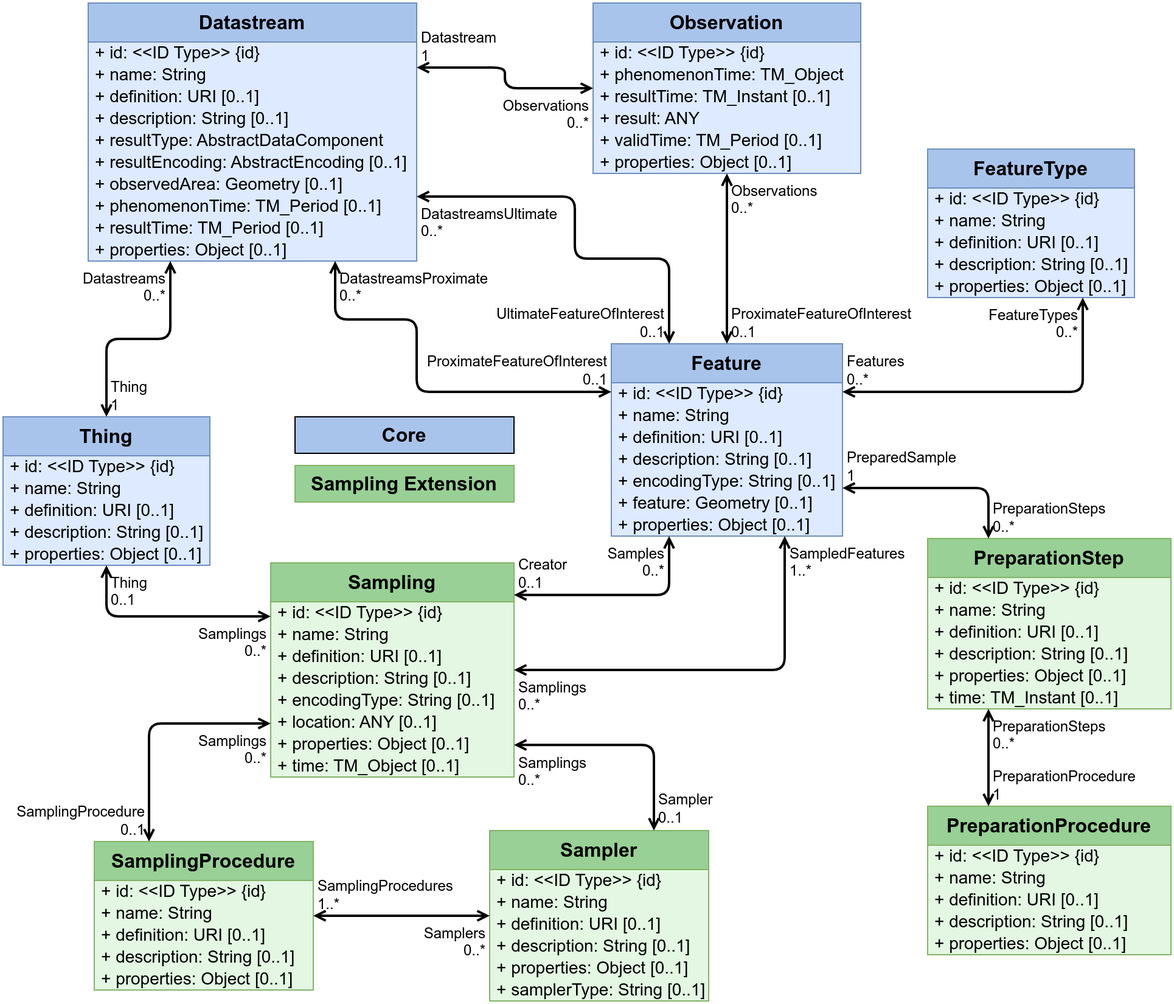
Above: figures/Datamodel-SensorThingsApi-V2-Sampling.drawio.png in opengeospatial/sensorthings (draw.io), before the change. Source tidied: cells renumbered, new cells last; positions are measured from the earlier drawing's top-left corner, leaving out a move shared by most shapes.
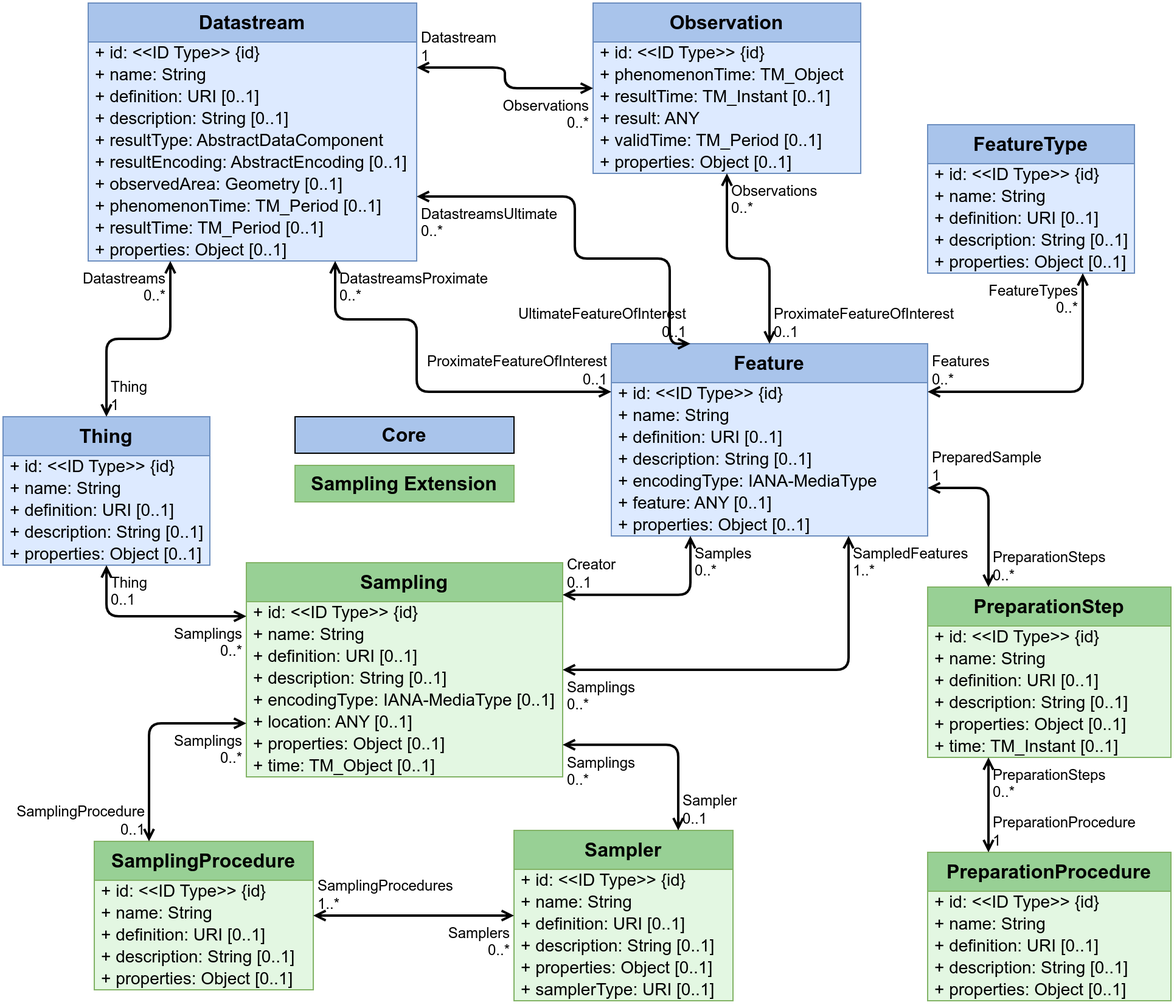
After the change.

Change to the diagram source:
```diff
@@ -3,31 +3,31 @@
     <mxCell id="0" />
     <mxCell id="1" parent="0" />
     <mxCell id="2" value="Feature" style="swimlane;fontStyle=1;horizontal=1;startSize=32;fontSize=16;whiteSpace=wrap;html=1;fillColor=#A9C4EB;strokeColor=#6c8ebf;swimlaneFillColor=#DDEAFF;verticalAlign=top;" parent="1" vertex="1">
-      <mxGeometry x="500" y="280" width="190" height="158" as="geometry" />
+      <mxGeometry x="500" y="280" width="260" height="158" as="geometry" />
     </mxCell>
     <mxCell id="3" value="+ id: &amp;lt;&amp;lt;ID Type&amp;gt;&amp;gt;&amp;nbsp;{id}" style="text;strokeColor=none;fillColor=none;align=left;verticalAlign=middle;spacingLeft=4;spacingRight=4;overflow=visible;html=1;fontSize=14;" parent="2" vertex="1">
-      <mxGeometry y="32" width="190" height="18" as="geometry" />
+      <mxGeometry y="32" width="260" height="18" as="geometry" />
     </mxCell>
     <mxCell id="4" value="+ name: String" style="text;strokeColor=none;fillColor=none;align=left;verticalAlign=middle;spacingLeft=4;spacingRight=4;overflow=visible;html=1;fontSize=14;" parent="2" vertex="1">
-      <mxGeometry y="50" width="190" height="18" as="geometry" />
+      <mxGeometry y="50" width="260" height="18" as="geometry" />
     </mxCell>
     <mxCell id="5" value="+ definition: URI&amp;nbsp;[0..1]" style="text;strokeColor=none;fillColor=none;align=left;verticalAlign=middle;spacingLeft=4;spacingRight=4;overflow=visible;html=1;fontSize=14;" parent="2" vertex="1">
-      <mxGeometry y="68" width="190" height="18" as="geometry" />
+      <mxGeometry y="68" width="260" height="18" as="geometry" />
     </mxCell>
     <mxCell id="6" value="+ description: String&amp;nbsp;[0..1]" style="text;strokeColor=none;fillColor=none;align=left;verticalAlign=middle;spacingLeft=4;spacingRight=4;overflow=visible;html=1;fontSize=14;" parent="2" vertex="1">
-      <mxGeometry y="86" width="190" height="18" as="geometry" />
+      <mxGeometry y="86" width="260" height="18" as="geometry" />
     </mxCell>
-    <mxCell id="7" value="+ encodingType: String&amp;nbsp;[0..1]" style="text;strokeColor=none;fillColor=none;align=left;verticalAlign=middle;spacingLeft=4;spacingRight=4;overflow=visible;html=1;fontSize=14;" parent="2" vertex="1">
-      <mxGeometry y="104" width="190" height="18" as="geometry" />
+    <mxCell id="7" value="+ encodingType:&amp;nbsp;IANA-MediaType" style="text;strokeColor=none;fillColor=none;align=left;verticalAlign=middle;spacingLeft=4;spacingRight=4;overflow=visible;html=1;fontSize=14;" parent="2" vertex="1">
+      <mxGeometry y="104" width="260" height="18" as="geometry" />
     </mxCell>
-    <mxCell id="8" value="+ feature: Geometry&amp;nbsp;[0..1]" style="text;strokeColor=none;fillColor=none;align=left;verticalAlign=middle;spacingLeft=4;spacingRight=4;overflow=visible;html=1;fontSize=14;" parent="2" vertex="1">
-      <mxGeometry y="122" width="190" height="18" as="geometry" />
+    <mxCell id="8" value="+ feature: ANY [0..1]" style="text;strokeColor=none;fillColor=none;align=left;verticalAlign=middle;spacingLeft=4;spacingRight=4;overflow=visible;html=1;fontSize=14;" parent="2" vertex="1">
+      <mxGeometry y="122" width="260" height="18" as="geometry" />
     </mxCell>
     <mxCell id="9" value="+ properties: Object&amp;nbsp;[0..1]" style="text;strokeColor=none;fillColor=none;align=left;verticalAlign=middle;spacingLeft=4;spacingRight=4;overflow=visible;html=1;fontSize=14;" parent="2" vertex="1">
-      <mxGeometry y="140" width="190" height="18" as="geometry" />
+      <mxGeometry y="140" width="260" height="18" as="geometry" />
     </mxCell>
     <mxCell id="10" value="FeatureType" style="swimlane;fontStyle=1;horizontal=1;startSize=32;fontSize=16;whiteSpace=wrap;html=1;fillColor=#A9C4EB;strokeColor=#6c8ebf;swimlaneFillColor=#DDEAFF;verticalAlign=top;" parent="1" vertex="1">
-      <mxGeometry x="760" y="120" width="170" height="122" as="geometry" />
+      <mxGeometry x="760" y="100" width="170" height="122" as="geometry" />
     </mxCell>
     <mxCell id="11" value="+ id: &amp;lt;&amp;lt;ID Type&amp;gt;&amp;gt;&amp;nbsp;{id}" style="text;strokeColor=none;fillColor=none;align=left;verticalAlign=middle;spacingLeft=4;spacingRight=4;overflow=visible;html=1;fontSize=14;" parent="10" vertex="1">
       <mxGeometry y="32" width="170" height="18" as="geometry" />
@@ -54,7 +54,7 @@
       <mxGeometry x="1" relative="1" as="geometry" />
     </mxCell>
     <mxCell id="19" value="PreparationProcedure" style="swimlane;fontStyle=1;horizontal=1;startSize=32;fontSize=16;whiteSpace=wrap;html=1;fillColor=#98D095;strokeColor=#82b366;swimlaneFillColor=#E3F7E2;" parent="1" vertex="1">
-      <mxGeometry x="760" y="660" width="200" height="122" as="geometry" />
+      <mxGeometry x="760" y="698" width="200" height="122" as="geometry" />
     </mxCell>
     <mxCell id="20" value="+ id: &amp;lt;&amp;lt;ID Type&amp;gt;&amp;gt;&amp;nbsp;{id}" style="text;strokeColor=none;fillColor=none;align=left;verticalAlign=middle;spacingLeft=4;spacingRight=4;overflow=visible;html=1;fontSize=14;" parent="19" vertex="1">
       <mxGeometry y="32" width="200" height="18" as="geometry" />
@@ -72,7 +72,7 @@
       <mxGeometry y="104" width="200" height="18" as="geometry" />
     </mxCell>
     <mxCell id="25" value="PreparationStep" style="swimlane;fontStyle=1;horizontal=1;startSize=32;fontSize=16;whiteSpace=wrap;html=1;fillColor=#98D095;strokeColor=#82b366;swimlaneFillColor=#E3F7E2;" parent="1" vertex="1">
-      <mxGeometry x="760" y="440" width="200" height="140" as="geometry" />
+      <mxGeometry x="760" y="480" width="200" height="140" as="geometry" />
     </mxCell>
     <mxCell id="26" value="+ id: &amp;lt;&amp;lt;ID Type&amp;gt;&amp;gt;&amp;nbsp;{id}" style="text;strokeColor=none;fillColor=none;align=left;verticalAlign=middle;spacingLeft=4;spacingRight=4;overflow=visible;html=1;fontSize=14;" parent="25" vertex="1">
       <mxGeometry y="32" width="200" height="18" as="geometry" />
@@ -111,7 +111,7 @@
       <mxGeometry x="1" relative="1" as="geometry" />
     </mxCell>
     <mxCell id="38" value="Sampler" style="swimlane;fontStyle=1;horizontal=1;startSize=32;fontSize=16;whiteSpace=wrap;html=1;fillColor=#98D095;strokeColor=#82b366;swimlaneFillColor=#E3F7E2;" parent="1" vertex="1">
-      <mxGeometry x="400" y="680" width="180" height="140" as="geometry" />
+      <mxGeometry x="420" y="680" width="180" height="140" as="geometry" />
     </mxCell>
     <mxCell id="39" value="+ id: &amp;lt;&amp;lt;ID Type&amp;gt;&amp;gt;&amp;nbsp;{id}" style="text;strokeColor=none;fillColor=none;align=left;verticalAlign=middle;spacingLeft=4;spacingRight=4;overflow=visible;html=1;fontSize=14;" parent="38" vertex="1">
       <mxGeometry y="32" width="180" height="18" as="geometry" />
@@ -128,35 +128,35 @@
     <mxCell id="43" value="+ properties: Object&amp;nbsp;[0..1]" style="text;strokeColor=none;fillColor=none;align=left;verticalAlign=middle;spacingLeft=4;spacingRight=4;overflow=visible;html=1;fontSize=14;" parent="38" vertex="1">
       <mxGeometry y="104" width="180" height="18" as="geometry" />
     </mxCell>
-    <mxCell id="44" value="+ samplerType: String&amp;nbsp;[0..1]" style="text;strokeColor=none;fillColor=none;align=left;verticalAlign=middle;spacingLeft=4;spacingRight=4;overflow=visible;html=1;fontSize=14;" parent="38" vertex="1">
+    <mxCell id="44" value="+ samplerType: URI [0..1]" style="text;strokeColor=none;fillColor=none;align=left;verticalAlign=middle;spacingLeft=4;spacingRight=4;overflow=visible;html=1;fontSize=14;" parent="38" vertex="1">
       <mxGeometry y="122" width="180" height="18" as="geometry" />
     </mxCell>
     <mxCell id="45" value="Sampling" style="swimlane;fontStyle=1;horizontal=1;startSize=32;fontSize=16;whiteSpace=wrap;html=1;fillColor=#98D095;strokeColor=#82b366;swimlaneFillColor=#E3F7E2;points=[[0,0,0,0,0],[0,0.25,0,0,0],[0,0.5,0,0,0],[0,0.75,0,0,0],[0,1,0,0,0],[0.25,0,0,0,0],[0.25,1,0,0,0],[0.5,0,0,0,0],[0.5,1,0,0,0],[0.75,0,0,0,0],[0.75,1,0,0,0],[1,0,0,0,0],[1,0.15,0,0,0],[1,0.5,0,0,0],[1,0.85,0,0,0],[1,1,0,0,0]];" parent="1" vertex="1">
-      <mxGeometry x="220" y="460" width="200" height="176" as="geometry" />
+      <mxGeometry x="200" y="460" width="260" height="176" as="geometry" />
     </mxCell>
     <mxCell id="46" value="+ id: &amp;lt;&amp;lt;ID Type&amp;gt;&amp;gt;&amp;nbsp;{id}" style="text;strokeColor=none;fillColor=none;align=left;verticalAlign=middle;spacingLeft=4;spacingRight=4;overflow=visible;html=1;fontSize=14;" parent="45" vertex="1">
-      <mxGeometry y="32" width="200" height="18" as="geometry" />
+      <mxGeometry y="32" width="260" height="18" as="geometry" />
     </mxCell>
     <mxCell id="47" value="+ name: String" style="text;strokeColor=none;fillColor=none;align=left;verticalAlign=middle;spacingLeft=4;spacingRight=4;overflow=visible;html=1;fontSize=14;" parent="45" vertex="1">
-      <mxGeometry y="50" width="200" height="18" as="geometry" />
+      <mxGeometry y="50" width="260" height="18" as="geometry" />
     </mxCell>
     <mxCell id="48" value="+ definition: URI&amp;nbsp;[0..1]" style="text;strokeColor=none;fillColor=none;align=left;verticalAlign=middle;spacingLeft=4;spacingRight=4;overflow=visible;html=1;fontSize=14;" parent="45" vertex="1">
-      <mxGeometry y="68" width="200" height="18" as="geometry" />
+      <mxGeometry y="68" width="260" height="18" as="geometry" />
     </mxCell>
     <mxCell id="49" value="+ description: String&amp;nbsp;[0..1]" style="text;strokeColor=none;fillColor=none;align=left;verticalAlign=middle;spacingLeft=4;spacingRight=4;overflow=visible;html=1;fontSize=14;" parent="45" vertex="1">
-      <mxGeometry y="86" width="200" height="18" as="geometry" />
+      <mxGeometry y="86" width="260" height="18" as="geometry" />
     </mxCell>
-    <mxCell id="50" value="+ encodingType: String&amp;nbsp;[0..1]" style="text;strokeColor=none;fillColor=none;align=left;verticalAlign=middle;spacingLeft=4;spacingRight=4;overflow=visible;html=1;fontSize=14;" parent="45" vertex="1">
-      <mxGeometry y="104" width="200" height="18" as="geometry" />
+    <mxCell id="50" value="+ encodingType:&amp;nbsp;IANA-MediaType&lt;span style=&quot;background-color: initial;&quot;&gt;&amp;nbsp;[0..1]&lt;/span&gt;" style="text;strokeColor=none;fillColor=none;align=left;verticalAlign=middle;spacingLeft=4;spacingRight=4;overflow=visible;html=1;fontSize=14;" parent="45" vertex="1">
+      <mxGeometry y="104" width="260" height="18" as="geometry" />
     </mxCell>
     <mxCell id="51" value="+ location: ANY&amp;nbsp;[0..1]" style="text;strokeColor=none;fillColor=none;align=left;verticalAlign=middle;spacingLeft=4;spacingRight=4;overflow=visible;html=1;fontSize=14;" parent="45" vertex="1">
-      <mxGeometry y="122" width="200" height="18" as="geometry" />
+      <mxGeometry y="122" width="260" height="18" as="geometry" />
     </mxCell>
     <mxCell id="52" value="+ properties: Object&amp;nbsp;[0..1]" style="text;strokeColor=none;fillColor=none;align=left;verticalAlign=middle;spacingLeft=4;spacingRight=4;overflow=visible;html=1;fontSize=14;" parent="45" vertex="1">
-      <mxGeometry y="140" width="200" height="18" as="geometry" />
+      <mxGeometry y="140" width="260" height="18" as="geometry" />
     </mxCell>
     <mxCell id="53" value="+ time: TM_Object&amp;nbsp;[0..1]" style="text;strokeColor=none;fillColor=none;align=left;verticalAlign=middle;spacingLeft=4;spacingRight=4;overflow=visible;html=1;fontSize=14;" parent="45" vertex="1">
-      <mxGeometry y="158" width="200" height="18" as="geometry" />
+      <mxGeometry y="158" width="260" height="18" as="geometry" />
     </mxCell>
     <mxCell id="54" style="endArrow=open;startArrow=open;html=1;rounded=1;entryX=0.75;entryY=1;entryDx=0;entryDy=0;edgeStyle=orthogonalEdgeStyle;curved=0;exitX=1;exitY=0.5;exitDx=0;exitDy=0;exitPerimeter=0;strokeWidth=2;startFill=0;endFill=0;" parent="1" edge="1" source="45" target="2">
       <mxGeometry relative="1" as="geometry" />
@@ -182,7 +182,7 @@
     <mxCell id="61" value="Creator&lt;br&gt;0..1" style="edgeLabel;html=1;align=left;verticalAlign=bottom;labelBackgroundColor=none;fontSize=12;spacingLeft=1;spacing=3;spacingRight=2;" parent="60" vertex="1">
       <mxGeometry x="-1" relative="1" as="geometry" />
     </mxCell>
-    <mxCell id="62" value="Samples&lt;br&gt;0..*" style="edgeLabel;html=1;align=right;verticalAlign=top;labelBackgroundColor=none;fontSize=12;spacingLeft=1;spacing=3;spacingRight=2;" parent="60" vertex="1">
+    <mxCell id="62" value="Samples&lt;br&gt;0..*" style="edgeLabel;html=1;align=left;verticalAlign=top;labelBackgroundColor=none;fontSize=12;spacingLeft=1;spacing=3;spacingRight=2;" parent="60" vertex="1">
       <mxGeometry x="1" relative="1" as="geometry" />
     </mxCell>
     <mxCell id="63" value="SamplingProcedure" style="swimlane;fontStyle=1;horizontal=1;startSize=32;fontSize=16;whiteSpace=wrap;html=1;fillColor=#98D095;strokeColor=#82b366;swimlaneFillColor=#E3F7E2;" parent="1" vertex="1">
```
